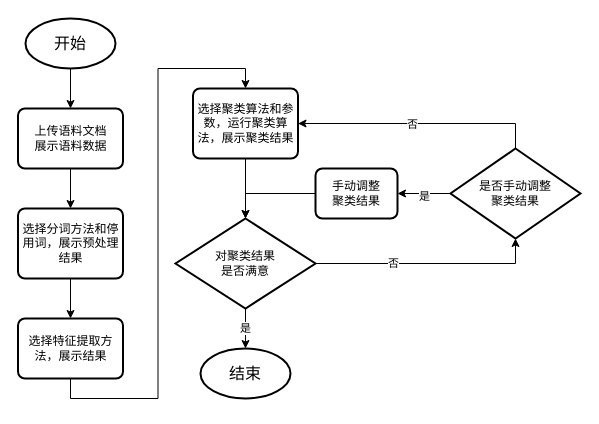
Before: test-img/Untitled Diagram.drawio in clock2125/image-hosting, a draw.io diagram. Source tidied: cells renumbered, new cells numbered last; positions are measured from the earlier drawing's top-left corner, leaving out a move shared by most shapes. Both pictures are drawn from the tidied source at 100%, with x=0, y=0 at pixel (17, 18).
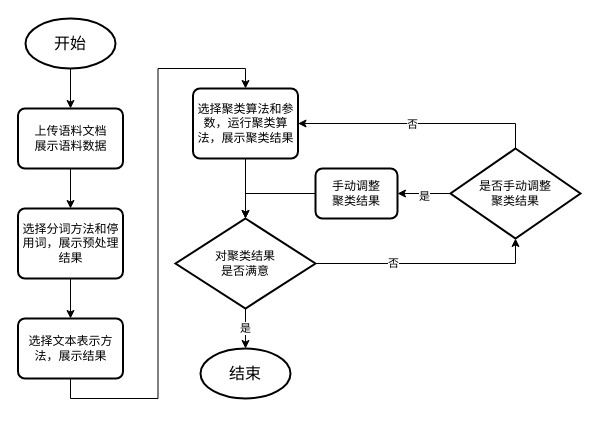
The same page after the edit.

The edit, as a diff of the source:
```diff
@@
-    <mxCell id="9" value="选择特征提取方法，展示结果" style="rounded=1;whiteSpace=wrap;html=1;absoluteArcSize=1;arcSize=14;strokeWidth=2;" parent="1" vertex="1">
+    <mxCell id="9" value="选择文本表示方法，展示结果" style="rounded=1;whiteSpace=wrap;html=1;absoluteArcSize=1;arcSize=14;strokeWidth=2;" parent="1" vertex="1">
       <mxGeometry x="0.5" y="300" width="105" height="60" as="geometry" />
     </mxCell>
```
